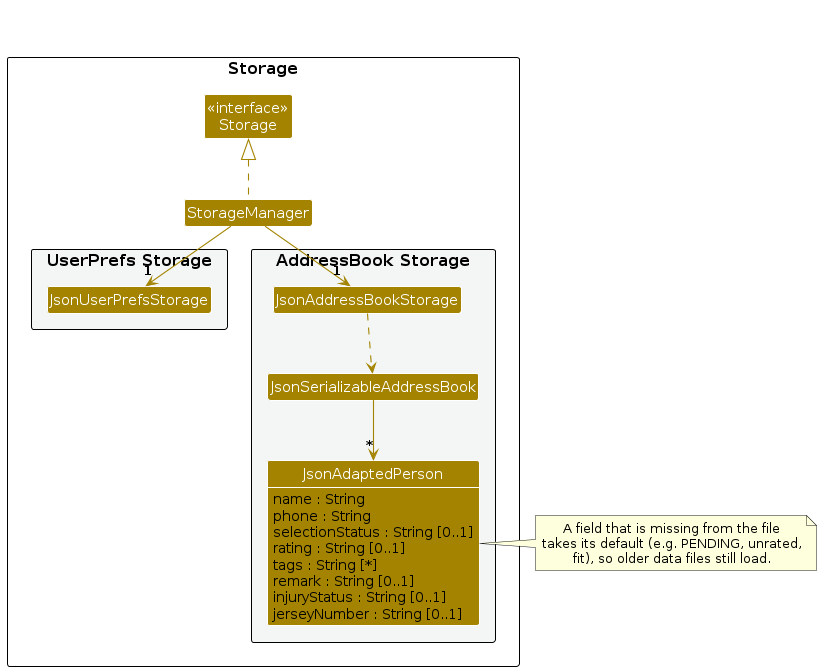
Before: diagrams/StorageClassDiagram.png, a diagram exported from PlantUML (AY2627S1-CS2103T-W13-1/tp). Its source is kept beside it as diagrams/StorageClassDiagram.puml. Source of this version:
```plantuml
@startuml
!include style.puml
skinparam arrowThickness 1.1
skinparam arrowColor STORAGE_COLOR
skinparam classBackgroundColor STORAGE_COLOR

package Storage as StoragePackage {

Class "<<interface>>\nStorage" as Storage
Class StorageManager

package "UserPrefs Storage" #F4F6F6 {
Class JsonUserPrefsStorage
}

package "AddressBook Storage" #F4F6F6 {
Class JsonAddressBookStorage
Class JsonSerializableAddressBook
Class JsonAdaptedPerson {
  name : String
  phone : String
  selectionStatus : String [0..1]
  rating : String [0..1]
  tags : String [*]
  remark : String [0..1]
  injuryStatus : String [0..1]
  jerseyNumber : String [0..1]
}
}

}

Class HiddenOutside #FFFFFF
HiddenOutside ..> Storage

StorageManager .up.|> Storage
StorageManager -down-> "1" JsonUserPrefsStorage
StorageManager -down-> "1" JsonAddressBookStorage

JsonAddressBookStorage ..> JsonSerializableAddressBook
JsonSerializableAddressBook --> "*" JsonAdaptedPerson

show JsonAdaptedPerson fields
hide HiddenOutside

note right of JsonAdaptedPerson
  A field that is missing from the file
  takes its default (e.g. PENDING, unrated,
  fit), so older data files still load.
end note

@enduml
```
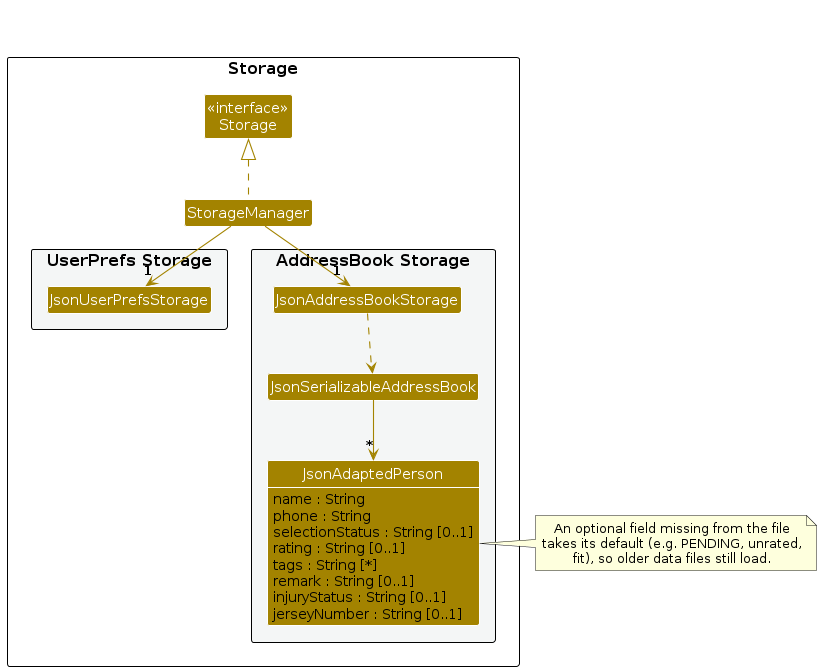
The same diagram one commit later.

The edit, as a diff of the source:
```diff
@@ -44,7 +44,7 @@
 hide HiddenOutside
 
 note right of JsonAdaptedPerson
-  A field that is missing from the file
+  An optional field missing from the file
   takes its default (e.g. PENDING, unrated,
   fit), so older data files still load.
 end note
```
